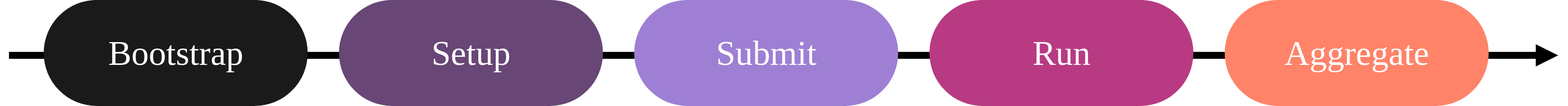
Before: docs/source/_static/knit-arrow-light.svg, a diagram exported from draw.io (knit-sh/knit). Source tidied: cells renumbered, new cells last; positions are measured from the earlier drawing's top-left corner, leaving out a move shared by most shapes.
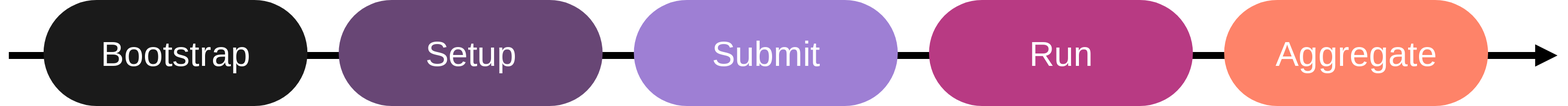
Later version of the same file.

Diff of the diagram source:
```diff
@@ -2,25 +2,25 @@
   <root>
     <mxCell id="0" />
     <mxCell id="1" parent="0" />
-    <mxCell id="2" style="endArrow=block;html=1;rounded=0;strokeWidth=10;endFill=1;fillColor=#1A1A1A;" parent="1" edge="1">
+    <mxCell id="2" style="endArrow=block;html=1;rounded=0;strokeWidth=10;endFill=1;fillColor=#1A1A1A;fontFamily=Montserrat;fontSource=https%3A%2F%2Ffonts.googleapis.com%2Fcss%3Ffamily%3DMontserrat;" parent="1" edge="1">
       <mxGeometry relative="1" as="geometry">
         <mxPoint y="80" as="sourcePoint" />
         <mxPoint x="2230" y="80" as="targetPoint" />
       </mxGeometry>
     </mxCell>
-    <mxCell id="3" value="&lt;span style=&quot;color: rgb(255, 255, 255);&quot;&gt;Bootstrap&lt;/span&gt;" style="rounded=1;whiteSpace=wrap;html=1;arcSize=50;fillColor=#1A1A1A;strokeColor=none;fontSize=50;fontFamily=Montserrat;" parent="1" vertex="1">
+    <mxCell id="3" value="&lt;span style=&quot;color: rgb(255, 255, 255);&quot;&gt;Bootstrap&lt;/span&gt;" style="rounded=1;whiteSpace=wrap;html=1;arcSize=50;fillColor=#1A1A1A;strokeColor=none;fontSize=50;fontFamily=Montserrat;fontSource=https%3A%2F%2Ffonts.googleapis.com%2Fcss%3Ffamily%3DMontserrat;" parent="1" vertex="1">
       <mxGeometry x="50" width="380" height="153" as="geometry" />
     </mxCell>
-    <mxCell id="4" value="&lt;span style=&quot;color: rgb(255, 255, 255);&quot;&gt;Setup&lt;/span&gt;" style="rounded=1;whiteSpace=wrap;html=1;arcSize=50;fillColor=#684675;strokeColor=none;fontSize=50;fontFamily=Montserrat;" parent="1" vertex="1">
+    <mxCell id="4" value="&lt;span style=&quot;color: rgb(255, 255, 255);&quot;&gt;Setup&lt;/span&gt;" style="rounded=1;whiteSpace=wrap;html=1;arcSize=50;fillColor=#684675;strokeColor=none;fontSize=50;fontFamily=Montserrat;fontSource=https%3A%2F%2Ffonts.googleapis.com%2Fcss%3Ffamily%3DMontserrat;" parent="1" vertex="1">
       <mxGeometry x="475" width="380" height="153" as="geometry" />
     </mxCell>
-    <mxCell id="5" value="&lt;span style=&quot;color: rgb(255, 255, 255);&quot;&gt;Submit&lt;/span&gt;" style="rounded=1;whiteSpace=wrap;html=1;arcSize=50;fillColor=#9E7FD4;strokeColor=none;fontSize=50;fontFamily=Montserrat;" parent="1" vertex="1">
+    <mxCell id="5" value="&lt;span style=&quot;color: rgb(255, 255, 255);&quot;&gt;Submit&lt;/span&gt;" style="rounded=1;whiteSpace=wrap;html=1;arcSize=50;fillColor=#9E7FD4;strokeColor=none;fontSize=50;fontFamily=Montserrat;fontSource=https%3A%2F%2Ffonts.googleapis.com%2Fcss%3Ffamily%3DMontserrat;" parent="1" vertex="1">
       <mxGeometry x="900" width="380" height="153" as="geometry" />
     </mxCell>
-    <mxCell id="6" value="&lt;span style=&quot;color: rgb(255, 255, 255);&quot;&gt;Run&lt;/span&gt;" style="rounded=1;whiteSpace=wrap;html=1;arcSize=50;fillColor=#B83A83;strokeColor=none;fontSize=50;fontFamily=Montserrat;" parent="1" vertex="1">
+    <mxCell id="6" value="&lt;span style=&quot;color: rgb(255, 255, 255);&quot;&gt;Run&lt;/span&gt;" style="rounded=1;whiteSpace=wrap;html=1;arcSize=50;fillColor=#B83A83;strokeColor=none;fontSize=50;fontFamily=Montserrat;fontSource=https%3A%2F%2Ffonts.googleapis.com%2Fcss%3Ffamily%3DMontserrat;" parent="1" vertex="1">
       <mxGeometry x="1325" width="380" height="153" as="geometry" />
     </mxCell>
-    <mxCell id="7" value="&lt;span style=&quot;color: rgb(255, 255, 255);&quot;&gt;Aggregate&lt;/span&gt;" style="rounded=1;whiteSpace=wrap;html=1;arcSize=50;fillColor=#FE8369;strokeColor=none;fontSize=50;fontFamily=Montserrat;" parent="1" vertex="1">
+    <mxCell id="7" value="&lt;span style=&quot;color: rgb(255, 255, 255);&quot;&gt;Aggregate&lt;/span&gt;" style="rounded=1;whiteSpace=wrap;html=1;arcSize=50;fillColor=#FE8369;strokeColor=none;fontSize=50;fontFamily=Montserrat;fontSource=https%3A%2F%2Ffonts.googleapis.com%2Fcss%3Ffamily%3DMontserrat;" parent="1" vertex="1">
       <mxGeometry x="1750" width="380" height="153" as="geometry" />
     </mxCell>
   </root>
```
